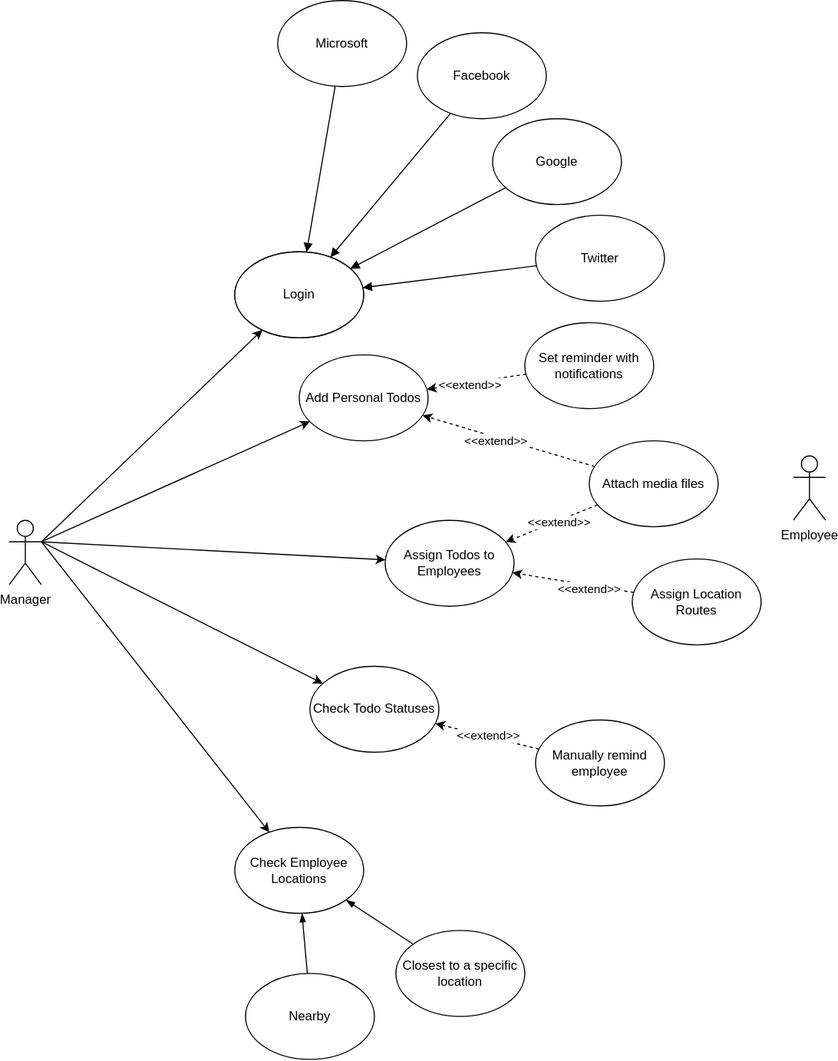
The draw.io diagram Docs/Use Case Diagrams.drawio.svg in jquesada2016/COP4655-Final-Project, before a commit. Source tidied: cells renumbered, new cells last; positions are measured from the earlier drawing's top-left corner, leaving out a move shared by most shapes.
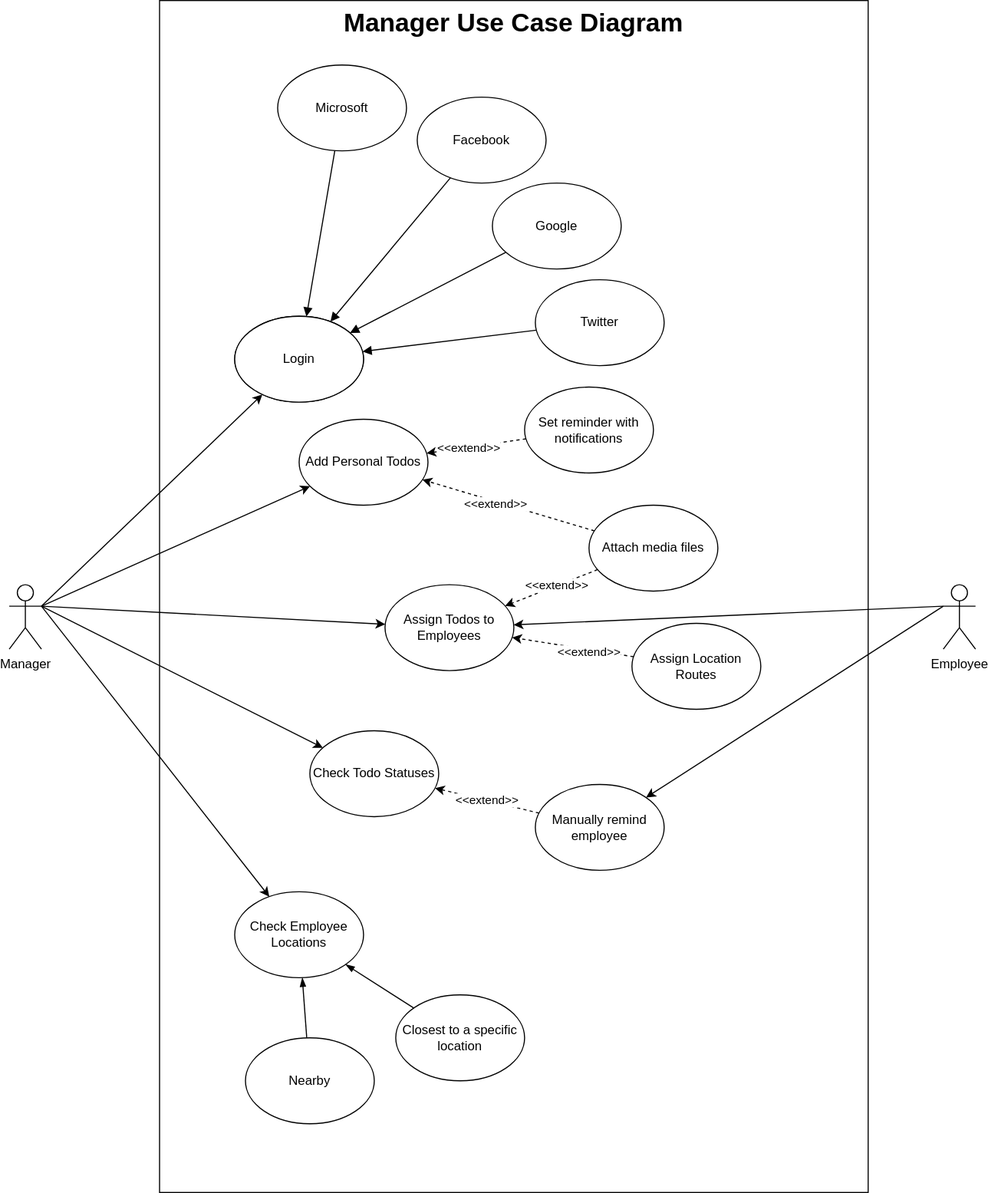
Later version of the same file.

Commit message:
completed Manager Use Case Diagram

Change to the diagram source:
```diff
@@ -2,118 +2,128 @@
   <root>
     <mxCell id="0" />
     <mxCell id="1" parent="0" />
+    <mxCell id="40" value="Manager Use Case Diagram" style="rounded=0;whiteSpace=wrap;html=1;verticalAlign=top;fontStyle=1;fontSize=24;" parent="1" vertex="1">
+      <mxGeometry x="140" y="-60" width="660" height="1110" as="geometry" />
+    </mxCell>
+    <mxCell id="41" value="Diagram" parent="0" />
-    <mxCell id="2" style="rounded=0;jettySize=auto;html=1;exitX=1;exitY=0.3333333333333333;exitDx=0;exitDy=0;exitPerimeter=0;" parent="1" edge="1" source="7" target="24">
+    <mxCell id="2" style="rounded=0;jettySize=auto;html=1;exitX=1;exitY=0.3333333333333333;exitDx=0;exitDy=0;exitPerimeter=0;" parent="41" edge="1" source="7" target="24">
       <mxGeometry relative="1" as="geometry" />
     </mxCell>
-    <mxCell id="3" style="edgeStyle=none;rounded=0;jettySize=auto;html=1;exitX=1;exitY=0.3333333333333333;exitDx=0;exitDy=0;exitPerimeter=0;" parent="1" edge="1" source="7" target="10">
+    <mxCell id="3" style="edgeStyle=none;rounded=0;jettySize=auto;html=1;exitX=1;exitY=0.3333333333333333;exitDx=0;exitDy=0;exitPerimeter=0;" parent="41" edge="1" source="7" target="10">
       <mxGeometry relative="1" as="geometry" />
     </mxCell>
-    <mxCell id="4" style="edgeStyle=none;rounded=0;jettySize=auto;html=1;exitX=1;exitY=0.3333333333333333;exitDx=0;exitDy=0;exitPerimeter=0;" parent="1" edge="1" source="7" target="11">
+    <mxCell id="4" style="edgeStyle=none;rounded=0;jettySize=auto;html=1;exitX=1;exitY=0.3333333333333333;exitDx=0;exitDy=0;exitPerimeter=0;" parent="41" edge="1" source="7" target="11">
       <mxGeometry relative="1" as="geometry" />
     </mxCell>
-    <mxCell id="5" style="edgeStyle=none;rounded=0;jettySize=auto;html=1;exitX=1;exitY=0.3333333333333333;exitDx=0;exitDy=0;exitPerimeter=0;" parent="1" edge="1" source="7" target="12">
+    <mxCell id="5" style="edgeStyle=none;rounded=0;jettySize=auto;html=1;exitX=1;exitY=0.3333333333333333;exitDx=0;exitDy=0;exitPerimeter=0;" parent="41" edge="1" source="7" target="12">
       <mxGeometry relative="1" as="geometry" />
     </mxCell>
-    <mxCell id="6" style="edgeStyle=none;rounded=0;jettySize=auto;html=1;exitX=1;exitY=0.3333333333333333;exitDx=0;exitDy=0;exitPerimeter=0;" parent="1" edge="1" source="7" target="9">
+    <mxCell id="6" style="edgeStyle=none;rounded=0;jettySize=auto;html=1;exitX=1;exitY=0.3333333333333333;exitDx=0;exitDy=0;exitPerimeter=0;" parent="41" edge="1" source="7" target="9">
       <mxGeometry relative="1" as="geometry" />
     </mxCell>
-    <mxCell id="7" value="Manager" style="shape=umlActor;verticalLabelPosition=bottom;verticalAlign=top;html=1;outlineConnect=0;" parent="1" vertex="1">
+    <mxCell id="7" value="Manager" style="shape=umlActor;verticalLabelPosition=bottom;verticalAlign=top;html=1;outlineConnect=0;" parent="41" vertex="1">
       <mxGeometry y="484" width="30" height="60" as="geometry" />
     </mxCell>
+    <mxCell id="42" style="edgeStyle=none;rounded=0;jettySize=auto;html=1;endArrow=classic;endFill=1;exitX=0;exitY=0.3333333333333333;exitDx=0;exitDy=0;exitPerimeter=0;" parent="41" edge="1" source="8" target="10">
+      <mxGeometry relative="1" as="geometry" />
+    </mxCell>
+    <mxCell id="43" style="edgeStyle=none;rounded=0;jettySize=auto;html=1;exitX=0;exitY=0.3333333333333333;exitDx=0;exitDy=0;exitPerimeter=0;endArrow=classic;endFill=1;" parent="41" edge="1" source="8" target="34">
+      <mxGeometry relative="1" as="geometry" />
+    </mxCell>
-    <mxCell id="8" value="Employee" style="shape=umlActor;verticalLabelPosition=bottom;verticalAlign=top;html=1;outlineConnect=0;" parent="1" vertex="1">
-      <mxGeometry x="730" y="424" width="30" height="60" as="geometry" />
+    <mxCell id="8" value="Employee" style="shape=umlActor;verticalLabelPosition=bottom;verticalAlign=top;html=1;outlineConnect=0;" parent="41" vertex="1">
+      <mxGeometry x="870" y="484" width="30" height="60" as="geometry" />
     </mxCell>
-    <mxCell id="9" value="Login" style="ellipse;whiteSpace=wrap;html=1;" parent="1" vertex="1">
+    <mxCell id="9" value="Login" style="ellipse;whiteSpace=wrap;html=1;" parent="41" vertex="1">
       <mxGeometry x="210" y="234" width="120" height="80" as="geometry" />
     </mxCell>
-    <mxCell id="10" value="Assign Todos to Employees" style="ellipse;whiteSpace=wrap;html=1;" parent="1" vertex="1">
+    <mxCell id="10" value="Assign Todos to Employees" style="ellipse;whiteSpace=wrap;html=1;" parent="41" vertex="1">
       <mxGeometry x="350" y="484" width="120" height="80" as="geometry" />
     </mxCell>
-    <mxCell id="11" value="Check Todo Statuses" style="ellipse;whiteSpace=wrap;html=1;" parent="1" vertex="1">
+    <mxCell id="11" value="Check Todo Statuses" style="ellipse;whiteSpace=wrap;html=1;" parent="41" vertex="1">
       <mxGeometry x="280" y="620" width="120" height="80" as="geometry" />
     </mxCell>
-    <mxCell id="12" value="Check Employee Locations" style="ellipse;whiteSpace=wrap;html=1;" parent="1" vertex="1">
+    <mxCell id="12" value="Check Employee Locations" style="ellipse;whiteSpace=wrap;html=1;" parent="41" vertex="1">
       <mxGeometry x="210" y="770" width="120" height="80" as="geometry" />
     </mxCell>
-    <mxCell id="13" style="edgeStyle=none;rounded=0;jettySize=auto;html=1;dashed=1;endArrow=classic;endFill=1;" parent="1" edge="1" source="15" target="10">
+    <mxCell id="13" style="edgeStyle=none;rounded=0;jettySize=auto;html=1;dashed=1;endArrow=classic;endFill=1;" parent="41" edge="1" source="15" target="10">
       <mxGeometry relative="1" as="geometry" />
     </mxCell>
     <mxCell id="14" value="&amp;lt;&amp;lt;extend&amp;gt;&amp;gt;" style="edgeLabel;html=1;align=center;verticalAlign=middle;" parent="13" vertex="1">
       <mxGeometry x="-0.27" y="2" relative="1" as="geometry" />
     </mxCell>
-    <mxCell id="15" value="Assign Location Routes" style="ellipse;whiteSpace=wrap;html=1;" parent="1" vertex="1">
+    <mxCell id="15" value="Assign Location Routes" style="ellipse;whiteSpace=wrap;html=1;" parent="41" vertex="1">
       <mxGeometry x="580" y="520" width="120" height="80" as="geometry" />
     </mxCell>
-    <mxCell id="16" style="edgeStyle=none;rounded=0;jettySize=auto;html=1;endArrow=block;endFill=1;" parent="1" edge="1" source="17" target="9">
+    <mxCell id="16" style="edgeStyle=none;rounded=0;jettySize=auto;html=1;endArrow=block;endFill=1;" parent="41" edge="1" source="17" target="9">
       <mxGeometry relative="1" as="geometry" />
     </mxCell>
-    <mxCell id="17" value="Facebook" style="ellipse;whiteSpace=wrap;html=1;" parent="1" vertex="1">
+    <mxCell id="17" value="Facebook" style="ellipse;whiteSpace=wrap;html=1;" parent="41" vertex="1">
       <mxGeometry x="380" y="30" width="120" height="80" as="geometry" />
     </mxCell>
-    <mxCell id="18" style="edgeStyle=none;rounded=0;jettySize=auto;html=1;endArrow=block;endFill=1;" parent="1" edge="1" source="19" target="9">
+    <mxCell id="18" style="edgeStyle=none;rounded=0;jettySize=auto;html=1;endArrow=block;endFill=1;" parent="41" edge="1" source="19" target="9">
       <mxGeometry relative="1" as="geometry" />
     </mxCell>
-    <mxCell id="19" value="Google" style="ellipse;whiteSpace=wrap;html=1;" parent="1" vertex="1">
+    <mxCell id="19" value="Google" style="ellipse;whiteSpace=wrap;html=1;" parent="41" vertex="1">
       <mxGeometry x="450" y="110" width="120" height="80" as="geometry" />
     </mxCell>
-    <mxCell id="20" style="edgeStyle=none;rounded=0;jettySize=auto;html=1;endArrow=block;endFill=1;" parent="1" edge="1" source="21" target="9">
+    <mxCell id="20" style="edgeStyle=none;rounded=0;jettySize=auto;html=1;endArrow=block;endFill=1;" parent="41" edge="1" source="21" target="9">
       <mxGeometry relative="1" as="geometry" />
     </mxCell>
-    <mxCell id="21" value="Twitter" style="ellipse;whiteSpace=wrap;html=1;" parent="1" vertex="1">
+    <mxCell id="21" value="Twitter" style="ellipse;whiteSpace=wrap;html=1;" parent="41" vertex="1">
       <mxGeometry x="490" y="200" width="120" height="80" as="geometry" />
     </mxCell>
-    <mxCell id="22" style="edgeStyle=none;rounded=0;jettySize=auto;html=1;endArrow=block;endFill=1;" parent="1" edge="1" source="23" target="9">
+    <mxCell id="22" style="edgeStyle=none;rounded=0;jettySize=auto;html=1;endArrow=block;endFill=1;" parent="41" edge="1" source="23" target="9">
       <mxGeometry relative="1" as="geometry" />
     </mxCell>
-    <mxCell id="23" value="Microsoft" style="ellipse;whiteSpace=wrap;html=1;" parent="1" vertex="1">
+    <mxCell id="23" value="Microsoft" style="ellipse;whiteSpace=wrap;html=1;" parent="41" vertex="1">
       <mxGeometry x="250" width="120" height="80" as="geometry" />
     </mxCell>
-    <mxCell id="24" value="Add Personal Todos" style="ellipse;whiteSpace=wrap;html=1;" parent="1" vertex="1">
+    <mxCell id="24" value="Add Personal Todos" style="ellipse;whiteSpace=wrap;html=1;" parent="41" vertex="1">
       <mxGeometry x="270" y="330" width="120" height="80" as="geometry" />
     </mxCell>
-    <mxCell id="25" style="edgeStyle=none;rounded=0;jettySize=auto;html=1;endArrow=classic;endFill=1;dashed=1;" parent="1" edge="1" source="27" target="24">
+    <mxCell id="25" style="edgeStyle=none;rounded=0;jettySize=auto;html=1;endArrow=classic;endFill=1;dashed=1;" parent="41" edge="1" source="27" target="24">
       <mxGeometry relative="1" as="geometry" />
     </mxCell>
     <mxCell id="26" value="&amp;lt;&amp;lt;extend&amp;gt;&amp;gt;" style="edgeLabel;html=1;align=center;verticalAlign=middle;" parent="25" vertex="1">
       <mxGeometry x="0.16" y="1" relative="1" as="geometry" />
     </mxCell>
-    <mxCell id="27" value="Set reminder with notifications" style="ellipse;whiteSpace=wrap;html=1;" parent="1" vertex="1">
+    <mxCell id="27" value="Set reminder with notifications" style="ellipse;whiteSpace=wrap;html=1;" parent="41" vertex="1">
       <mxGeometry x="480" y="300" width="120" height="80" as="geometry" />
     </mxCell>
-    <mxCell id="28" style="edgeStyle=none;rounded=0;jettySize=auto;html=1;dashed=1;endArrow=classic;endFill=1;" parent="1" edge="1" source="32" target="24">
+    <mxCell id="28" style="edgeStyle=none;rounded=0;jettySize=auto;html=1;dashed=1;endArrow=classic;endFill=1;" parent="41" edge="1" source="32" target="24">
       <mxGeometry relative="1" as="geometry" />
     </mxCell>
     <mxCell id="29" value="&amp;lt;&amp;lt;extend&amp;gt;&amp;gt;" style="edgeLabel;html=1;align=center;verticalAlign=middle;" parent="28" vertex="1">
       <mxGeometry x="0.15" y="2" relative="1" as="geometry" />
     </mxCell>
-    <mxCell id="30" style="edgeStyle=none;rounded=0;jettySize=auto;html=1;dashed=1;endArrow=classic;endFill=1;" parent="1" edge="1" source="32" target="10">
+    <mxCell id="30" style="edgeStyle=none;rounded=0;jettySize=auto;html=1;dashed=1;endArrow=classic;endFill=1;" parent="41" edge="1" source="32" target="10">
       <mxGeometry relative="1" as="geometry" />
     </mxCell>
     <mxCell id="31" value="&amp;lt;&amp;lt;extend&amp;gt;&amp;gt;" style="edgeLabel;html=1;align=center;verticalAlign=middle;" parent="30" vertex="1">
       <mxGeometry x="-0.11" relative="1" as="geometry" />
     </mxCell>
-    <mxCell id="32" value="Attach media files" style="ellipse;whiteSpace=wrap;html=1;" parent="1" vertex="1">
+    <mxCell id="32" value="Attach media files" style="ellipse;whiteSpace=wrap;html=1;" parent="41" vertex="1">
       <mxGeometry x="540" y="410" width="120" height="80" as="geometry" />
     </mxCell>
-    <mxCell id="33" value="&amp;lt;&amp;lt;extend&amp;gt;&amp;gt;" style="edgeStyle=none;rounded=0;jettySize=auto;html=1;dashed=1;endArrow=classic;endFill=1;" parent="1" edge="1" source="34" target="11">
+    <mxCell id="33" value="&amp;lt;&amp;lt;extend&amp;gt;&amp;gt;" style="edgeStyle=none;rounded=0;jettySize=auto;html=1;dashed=1;endArrow=classic;endFill=1;" parent="41" edge="1" source="34" target="11">
       <mxGeometry relative="1" as="geometry" />
     </mxCell>
-    <mxCell id="34" value="Manually remind employee" style="ellipse;whiteSpace=wrap;html=1;" parent="1" vertex="1">
+    <mxCell id="34" value="Manually remind employee" style="ellipse;whiteSpace=wrap;html=1;" parent="41" vertex="1">
       <mxGeometry x="490" y="670" width="120" height="80" as="geometry" />
     </mxCell>
-    <mxCell id="35" style="edgeStyle=none;rounded=0;jettySize=auto;html=1;endArrow=blockThin;endFill=1;" parent="1" edge="1" source="36" target="12">
+    <mxCell id="35" style="edgeStyle=none;rounded=0;jettySize=auto;html=1;endArrow=blockThin;endFill=1;" parent="41" edge="1" source="36" target="12">
       <mxGeometry relative="1" as="geometry" />
     </mxCell>
-    <mxCell id="36" value="Nearby" style="ellipse;whiteSpace=wrap;html=1;" parent="1" vertex="1">
+    <mxCell id="36" value="Nearby" style="ellipse;whiteSpace=wrap;html=1;" parent="41" vertex="1">
       <mxGeometry x="220" y="906" width="120" height="80" as="geometry" />
     </mxCell>
-    <mxCell id="37" style="edgeStyle=none;rounded=0;jettySize=auto;html=1;endArrow=blockThin;endFill=1;" parent="1" edge="1" source="38" target="12">
+    <mxCell id="37" style="edgeStyle=none;rounded=0;jettySize=auto;html=1;endArrow=blockThin;endFill=1;" parent="41" edge="1" source="38" target="12">
       <mxGeometry relative="1" as="geometry" />
     </mxCell>
-    <mxCell id="38" value="Closest to a specific location" style="ellipse;whiteSpace=wrap;html=1;" parent="1" vertex="1">
+    <mxCell id="38" value="Closest to a specific location" style="ellipse;whiteSpace=wrap;html=1;" parent="41" vertex="1">
       <mxGeometry x="360" y="866" width="120" height="80" as="geometry" />
     </mxCell>
-    <mxCell id="39" value="Login" style="ellipse;whiteSpace=wrap;html=1;" parent="1" vertex="1">
+    <mxCell id="39" value="Login" style="ellipse;whiteSpace=wrap;html=1;" parent="41" vertex="1">
       <mxGeometry x="210" y="234" width="120" height="80" as="geometry" />
     </mxCell>
   </root>
```
